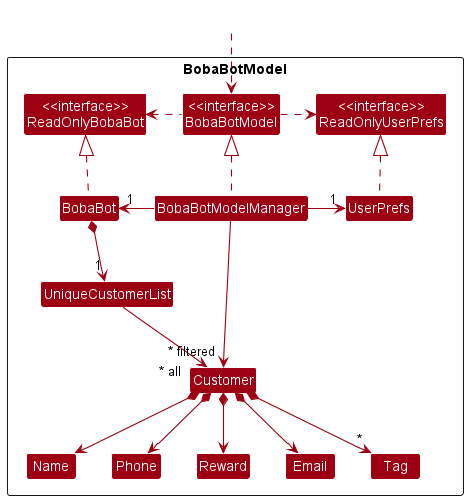
Above: docs/images/ModelClassDiagram.png in nus-cs2103-AY2223S1/tp (PlantUML), before the change.
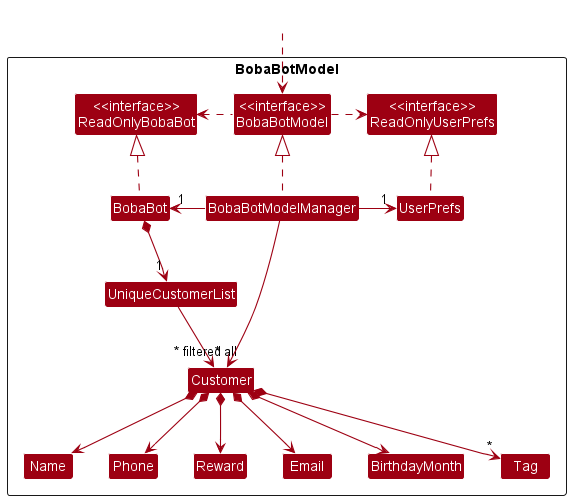
Later version of the same file.

Commit message:
Update ModelClass UML diagram

Add BirthdayMonth class.

Change to the diagram source:
```diff
@@ -14,6 +14,7 @@
 
 Class UniqueCustomerList
 Class Customer
+Class BirthdayMonth
 Class Reward
 Class Email
 Class Name
@@ -39,6 +40,7 @@
 Customer *--> Name
 Customer *--> Phone
 Customer *--> Email
+Customer *--> BirthdayMonth
 Customer *--> Reward
 Customer *--> "*" Tag
 
```
